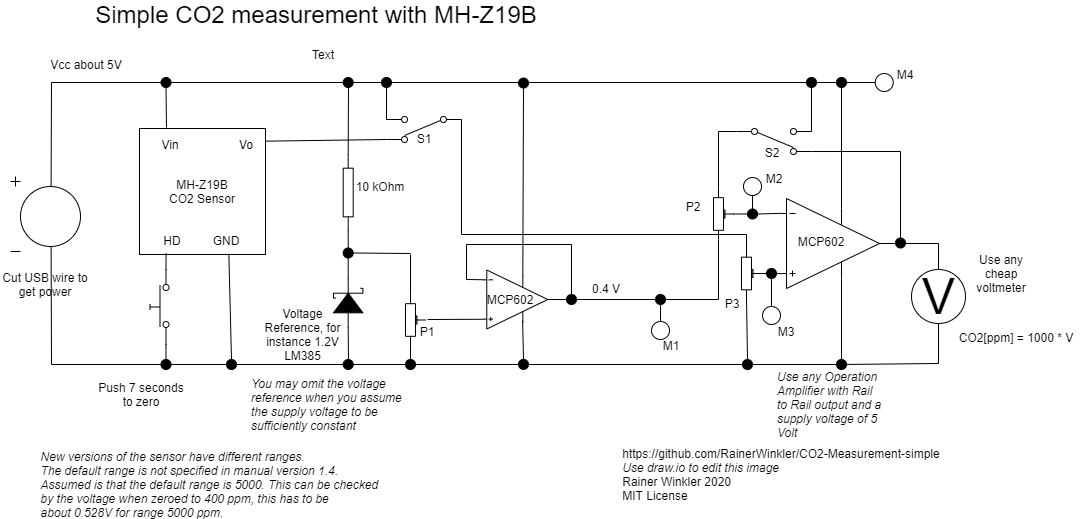
RainerWinkler/CO2-Measurement-simple keeps this draw.io diagram as SimpleCO2Measurement.png. Above is the earlier version. Source tidied: cells renumbered, new cells last; positions are measured from the earlier drawing's top-left corner, leaving out a move shared by most shapes.
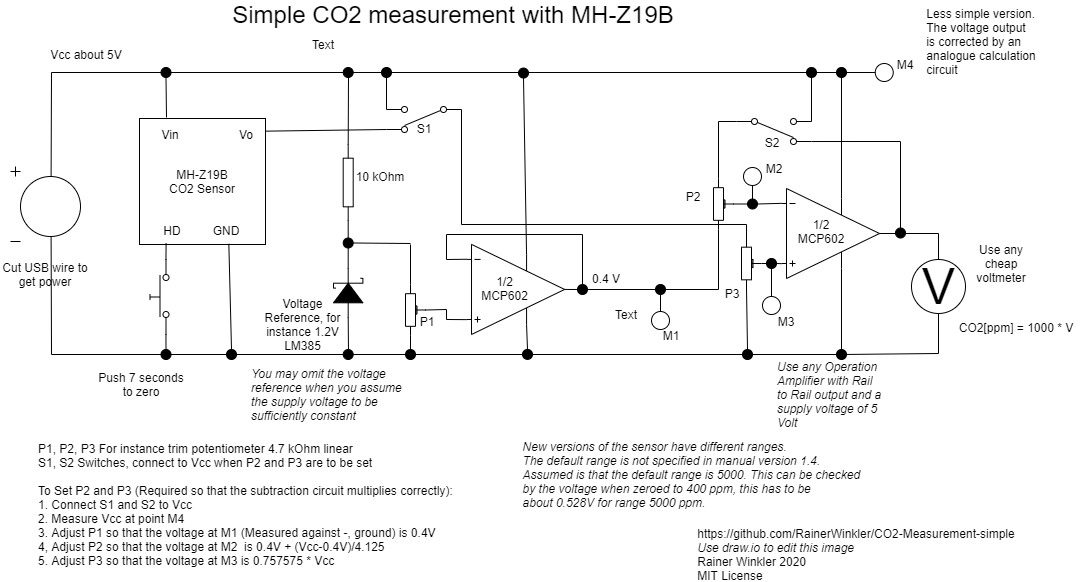
The same diagram one commit later.

Commit message:
Add explanation how to adjust trim potentiometers

Change to the diagram source:
```diff
@@ -3,7 +3,7 @@
     <mxCell id="0" />
     <mxCell id="1" parent="0" />
     <mxCell id="2" value="&lt;div style=&quot;text-align: left&quot;&gt;&lt;span&gt;&lt;i&gt;New versions of the sensor have different ranges.&lt;/i&gt;&lt;/span&gt;&lt;/div&gt;&lt;div style=&quot;text-align: left&quot;&gt;&lt;span&gt;&lt;i&gt;The default range is not specified in manual version 1.4.&lt;/i&gt;&lt;/span&gt;&lt;/div&gt;&lt;div style=&quot;text-align: left&quot;&gt;&lt;span&gt;&lt;i&gt;Assumed is that the default range is 5000. This can be checked&amp;nbsp;&lt;/i&gt;&lt;/span&gt;&lt;/div&gt;&lt;div style=&quot;text-align: left&quot;&gt;&lt;span&gt;&lt;i&gt;by the voltage when zeroed to 400 ppm, this has to be&amp;nbsp;&lt;/i&gt;&lt;/span&gt;&lt;/div&gt;&lt;div style=&quot;text-align: left&quot;&gt;&lt;span&gt;&lt;i&gt;about 0.528V for range 5000 ppm.&lt;/i&gt;&lt;/span&gt;&lt;/div&gt;" style="text;html=1;strokeColor=none;fillColor=none;align=center;verticalAlign=middle;whiteSpace=wrap;rounded=0;" parent="1" vertex="1">
-      <mxGeometry x="36" y="470" width="350" height="20" as="geometry" />
+      <mxGeometry x="518" y="470" width="350" height="20" as="geometry" />
     </mxCell>
     <mxCell id="3" value="V" style="verticalLabelPosition=middle;shadow=0;dashed=0;align=center;html=1;verticalAlign=middle;strokeWidth=1;shape=ellipse;fontSize=50;" parent="1" vertex="1">
       <mxGeometry x="911" y="265" width="54" height="54" as="geometry" />
@@ -69,7 +69,7 @@
       <mxGeometry relative="1" as="geometry" />
     </mxCell>
     <mxCell id="21" value="&lt;font style=&quot;font-size: 24px&quot;&gt;Simple CO2 measurement with MH-Z19B&lt;/font&gt;" style="text;html=1;strokeColor=none;fillColor=none;align=center;verticalAlign=middle;whiteSpace=wrap;rounded=0;" parent="1" vertex="1">
-      <mxGeometry x="56" width="520" height="20" as="geometry" />
+      <mxGeometry x="193" y="10" width="520" height="20" as="geometry" />
     </mxCell>
     <mxCell id="22" style="fillColor=#000000;verticalLabelPosition=bottom;shadow=0;dashed=0;align=center;html=1;verticalAlign=top;shape=mxgraph.electrical.diodes.schottky_diode;direction=north;" parent="1" vertex="1">
       <mxGeometry x="333" y="274" width="29.4" height="49" as="geometry" />
@@ -194,7 +194,7 @@
     <mxCell id="54" style="verticalLabelPosition=bottom;shadow=0;dashed=0;align=center;html=1;verticalAlign=top;shape=mxgraph.electrical.abstract.operational_amp_1;fillColor=none;" parent="1" vertex="1">
       <mxGeometry x="781" y="194" width="98" height="90" as="geometry" />
     </mxCell>
-    <mxCell id="55" value="MCP602" style="text;html=1;strokeColor=none;fillColor=none;align=center;verticalAlign=middle;whiteSpace=wrap;rounded=0;" parent="1" vertex="1">
+    <mxCell id="55" value="1/2 MCP602" style="text;html=1;strokeColor=none;fillColor=none;align=center;verticalAlign=middle;whiteSpace=wrap;rounded=0;" parent="1" vertex="1">
       <mxGeometry x="801" y="227" width="40" height="20" as="geometry" />
     </mxCell>
     <mxCell id="56" value="&lt;i&gt;Use any Operation Amplifier with Rail to Rail output and a supply voltage of 5 Volt&lt;/i&gt;" style="text;html=1;strokeColor=none;fillColor=none;align=left;verticalAlign=middle;whiteSpace=wrap;rounded=0;" parent="1" vertex="1">
@@ -355,25 +355,19 @@
     <mxCell id="102" style="endArrow=none;html=1;entryX=0.5;entryY=1;entryDx=0;entryDy=0;exitX=0.5;exitY=0;exitDx=0;exitDy=0;" parent="1" edge="1" source="87" target="101">
       <mxGeometry relative="1" as="geometry" />
     </mxCell>
-    <mxCell id="103" style="group;" parent="1" vertex="1">
-      <mxGeometry x="483" y="265.5" width="64.2" height="59" as="geometry" />
-    </mxCell>
-    <mxCell id="104" style="verticalLabelPosition=bottom;shadow=0;dashed=0;align=center;html=1;verticalAlign=top;shape=mxgraph.electrical.abstract.operational_amp_1;fillColor=none;" parent="103" vertex="1">
-      <mxGeometry width="64.2" height="59" as="geometry" />
-    </mxCell>
-    <mxCell id="105" value="MCP602" style="text;html=1;strokeColor=none;fillColor=none;align=center;verticalAlign=middle;whiteSpace=wrap;rounded=0;" parent="103" vertex="1">
-      <mxGeometry x="7.1" y="19" width="40" height="20" as="geometry" />
-    </mxCell>
-    <mxCell id="106" style="endArrow=none;html=1;entryX=0;entryY=0.835;entryDx=0;entryDy=0;entryPerimeter=0;" parent="1" edge="1" target="104">
+    <mxCell id="106" style="endArrow=none;html=1;entryX=0;entryY=0.835;entryDx=0;entryDy=0;entryPerimeter=0;exitX=0.5;exitY=1;exitDx=0;exitDy=0;exitPerimeter=0;rounded=0;" parent="1" edge="1" source="37" target="104">
       <mxGeometry relative="1" as="geometry">
-        <mxPoint x="427" y="315" as="sourcePoint" />
+        <Array as="points">
+          <mxPoint x="446" y="315" />
+          <mxPoint x="446" y="325" />
+        </Array>
       </mxGeometry>
     </mxCell>
-    <mxCell id="107" style="endArrow=none;html=1;exitX=0.5;exitY=0;exitDx=0;exitDy=0;entryX=0.609;entryY=0.863;entryDx=0;entryDy=0;entryPerimeter=0;" parent="1" edge="1" source="108" target="104">
+    <mxCell id="107" style="endArrow=none;html=1;exitX=0.5;exitY=0;exitDx=0;exitDy=0;entryX=0.612;entryY=0.89;entryDx=0;entryDy=0;entryPerimeter=0;" parent="1" edge="1" source="108" target="104">
       <mxGeometry relative="1" as="geometry" />
     </mxCell>
     <mxCell id="108" style="ellipse;whiteSpace=wrap;html=1;fillColor=#000000;" parent="1" vertex="1">
-      <mxGeometry x="518" y="354.9" width="10" height="10" as="geometry" />
+      <mxGeometry x="522" y="354.9" width="10" height="10" as="geometry" />
     </mxCell>
     <mxCell id="109" style="ellipse;whiteSpace=wrap;html=1;fillColor=#000000;" parent="1" vertex="1">
       <mxGeometry x="518" y="73.6" width="10" height="10" as="geometry" />
@@ -384,20 +378,35 @@
     <mxCell id="111" style="endArrow=none;html=1;exitX=0;exitY=0.165;exitDx=0;exitDy=0;exitPerimeter=0;entryX=0.5;entryY=0;entryDx=0;entryDy=0;rounded=0;" parent="1" edge="1" source="104" target="112">
       <mxGeometry relative="1" as="geometry">
         <Array as="points">
-          <mxPoint x="466" y="275" />
-          <mxPoint x="466" y="240" />
-          <mxPoint x="571" y="240" />
+          <mxPoint x="446" y="265" />
+          <mxPoint x="446" y="240" />
+          <mxPoint x="582" y="240" />
         </Array>
       </mxGeometry>
     </mxCell>
     <mxCell id="112" style="ellipse;whiteSpace=wrap;html=1;fillColor=#000000;" parent="1" vertex="1">
-      <mxGeometry x="566" y="290" width="10" height="10" as="geometry" />
+      <mxGeometry x="577" y="290" width="10" height="10" as="geometry" />
     </mxCell>
     <mxCell id="113" style="endArrow=none;html=1;exitX=1;exitY=0.5;exitDx=0;exitDy=0;exitPerimeter=0;rounded=0;entryX=0;entryY=0.5;entryDx=0;entryDy=0;" parent="1" edge="1" source="104" target="112">
       <mxGeometry relative="1" as="geometry" />
     </mxCell>
     <mxCell id="114" value="&lt;a href=&quot;https://github.com/RainerWinkler/CO2-Measurement-simple&quot;&gt;https://github.com/RainerWinkler/CO2-Measurement-simple&lt;/a&gt;&lt;br&gt;&lt;div style=&quot;text-align: left&quot;&gt;&lt;span&gt;&lt;i&gt;Use draw.io to edit this image&lt;/i&gt;&lt;/span&gt;&lt;/div&gt;&lt;div style=&quot;text-align: left&quot;&gt;&lt;span&gt;Rainer Winkler 2020&lt;/span&gt;&lt;/div&gt;&lt;div style=&quot;text-align: left&quot;&gt;&lt;span&gt;MIT License&lt;/span&gt;&lt;/div&gt;" style="text;html=1;strokeColor=none;fillColor=none;align=center;verticalAlign=middle;whiteSpace=wrap;rounded=0;" parent="1" vertex="1">
-      <mxGeometry x="611" y="460" width="340" height="20" as="geometry" />
+      <mxGeometry x="686" y="550" width="340" height="20" as="geometry" />
     </mxCell>
+    <mxCell id="115" value="Text" style="text;html=1;strokeColor=none;fillColor=none;align=center;verticalAlign=middle;whiteSpace=wrap;rounded=0;" parent="1" vertex="1">
+      <mxGeometry x="606" y="310" width="40" height="20" as="geometry" />
+    </mxCell>
+    <mxCell id="116" value="P1, P2, P3 For instance trim potentiometer 4.7 kOhm linear&lt;br&gt;S1, S2 Switches, connect to Vcc when P2 and P3 are to be set&lt;br&gt;&lt;br&gt;To Set P2 and P3 (Required so that the subtraction circuit multiplies correctly):&lt;br&gt;1. Connect S1 and S2 to Vcc&lt;br&gt;2. Measure Vcc at point M4&lt;br&gt;3. Adjust P1 so that the voltage at M1 (Measured against -, ground) is 0.4V&lt;br&gt;4, Adjust P2 so that the voltage at M2&amp;nbsp; is 0.4V + (Vcc-0.4V)/4.125&lt;br&gt;5. Adjust P3 so that the voltage at M3 is 0.757575 * Vcc" style="text;html=1;strokeColor=none;fillColor=none;align=left;verticalAlign=middle;whiteSpace=wrap;rounded=0;" parent="1" vertex="1">
+      <mxGeometry x="36" y="450" width="450" height="120" as="geometry" />
+    </mxCell>
+    <mxCell id="104" style="verticalLabelPosition=bottom;shadow=0;dashed=0;align=center;html=1;verticalAlign=top;shape=mxgraph.electrical.abstract.operational_amp_1;fillColor=none;" parent="1" vertex="1">
+      <mxGeometry x="466" y="249.9" width="98.1" height="90.1" as="geometry" />
+    </mxCell>
+    <mxCell id="105" value="1/2&lt;br&gt;MCP602" style="text;html=1;strokeColor=none;fillColor=none;align=center;verticalAlign=middle;whiteSpace=wrap;rounded=0;" parent="1" vertex="1">
+      <mxGeometry x="473.9" y="278.9" width="61.1" height="30.5" as="geometry" />
+    </mxCell>
+    <mxCell id="117" value="&lt;div style=&quot;text-align: left&quot;&gt;Less simple version.&lt;/div&gt;&lt;div style=&quot;text-align: left&quot;&gt;&lt;span&gt;The voltage output&lt;/span&gt;&lt;/div&gt;&lt;div style=&quot;text-align: left&quot;&gt;&lt;span&gt;is corrected by an&amp;nbsp;&lt;/span&gt;&lt;/div&gt;&lt;div style=&quot;text-align: left&quot;&gt;&lt;span&gt;analogue calculation&lt;/span&gt;&lt;/div&gt;&lt;div style=&quot;text-align: left&quot;&gt;&lt;span&gt;circuit&lt;/span&gt;&lt;/div&gt;" style="text;html=1;strokeColor=none;fillColor=none;align=center;verticalAlign=middle;whiteSpace=wrap;rounded=0;" parent="1" vertex="1">
+      <mxGeometry x="916" y="7" width="130" height="80" as="geometry" />
+    </mxCell>
   </root>
 </mxGraphModel>
```
